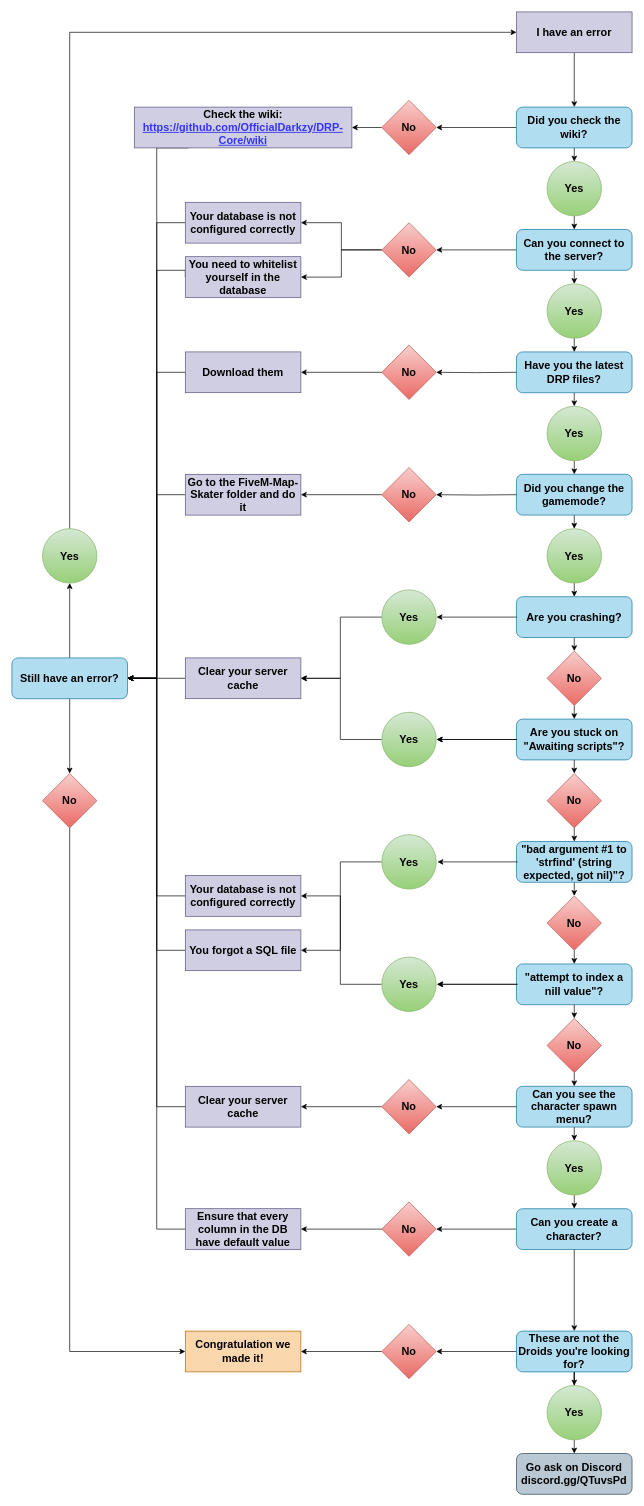
Above: wiki/Error Diagram.drawio in OfficialDarkzy/DRP-Core (draw.io), before the change. Source tidied: cells renumbered, new cells numbered last; positions are measured from the earlier drawing's top-left corner, leaving out a move shared by most shapes. Both pictures are drawn from the tidied source at 68%, with x=0, y=0 at pixel (12, 12).
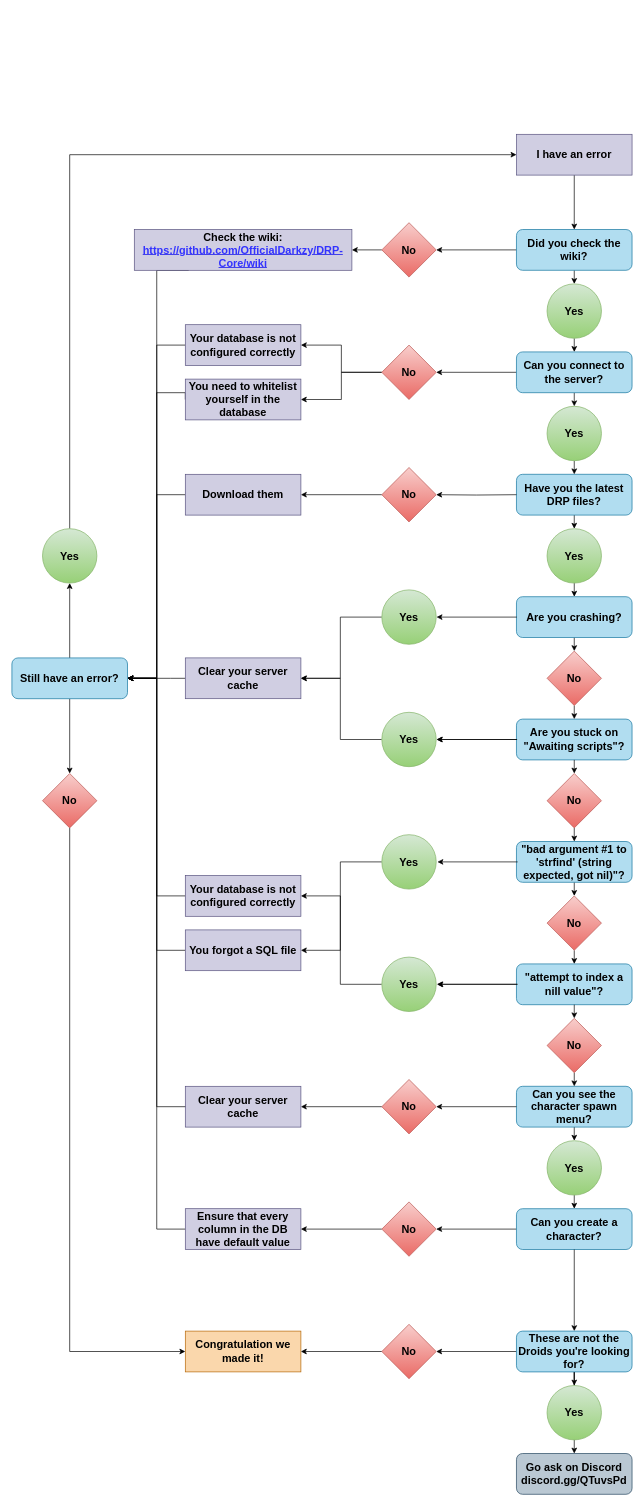
After the change.

Commit message (it also covers changes not shown here):
Updated Error Diagram

Deleted the GameMode Error

The change refers to these unchanged cells:
```xml
<mxCell id="56" value="Still have an error?" style="rounded=1;whiteSpace=wrap;html=1;fontFamily=Arial;fontSize=16;fontStyle=1;shadow=0;comic=0;glass=0;fillColor=#b1ddf0;strokeColor=#10739e;" parent="1" vertex="1">
  <mxGeometry y="950" width="170" height="60" as="geometry" />
</mxCell>
<mxCell id="88" value="Are you crashing?" style="rounded=1;whiteSpace=wrap;html=1;fontFamily=Arial;fontSize=16;fontStyle=1;shadow=0;comic=0;glass=0;fillColor=#b1ddf0;strokeColor=#10739e;" parent="1" vertex="1">
  <mxGeometry x="742" y="860" width="170" height="60" as="geometry" />
</mxCell>
<mxCell id="104" value="Clear your server cache" style="rounded=0;whiteSpace=wrap;html=1;fontFamily=Arial;fontSize=16;fontStyle=1;fillColor=#d0cee2;strokeColor=#56517e;" parent="1" vertex="1">
  <mxGeometry x="255" y="950" width="170" height="60" as="geometry" />
</mxCell>
```

Change to the diagram source:
```diff
@@
     <mxCell id="40" value="I have an error" style="rounded=0;whiteSpace=wrap;html=1;fontFamily=Arial;fontSize=16;fontStyle=1;fillColor=#d0cee2;strokeColor=#56517e;" parent="1" vertex="1">
-      <mxGeometry x="742" width="170" height="60" as="geometry" />
+      <mxGeometry x="742" y="180" width="170" height="60" as="geometry" />
     </mxCell>
@@
     <mxCell id="43" value="Did you check the wiki?" style="rounded=1;whiteSpace=wrap;html=1;fontFamily=Arial;fontSize=16;fontStyle=1;shadow=0;comic=0;glass=0;fillColor=#b1ddf0;strokeColor=#10739e;" parent="1" vertex="1">
-      <mxGeometry x="742" y="140" width="170" height="60" as="geometry" />
+      <mxGeometry x="742" y="320" width="170" height="60" as="geometry" />
     </mxCell>
@@
     <mxCell id="46" value="Can you connect to the server?" style="rounded=1;whiteSpace=wrap;html=1;fontFamily=Arial;fontSize=16;fontStyle=1;shadow=0;comic=0;glass=0;fillColor=#b1ddf0;strokeColor=#10739e;" parent="1" vertex="1">
-      <mxGeometry x="742" y="320" width="170" height="60" as="geometry" />
+      <mxGeometry x="742" y="500" width="170" height="60" as="geometry" />
     </mxCell>
@@
     <mxCell id="48" value="No" style="rhombus;whiteSpace=wrap;html=1;fontFamily=Arial;fontSize=16;fontStyle=1;fillColor=#f8cecc;strokeColor=#b85450;gradientColor=#ea6b66;" parent="1" vertex="1">
-      <mxGeometry x="544" y="130" width="80" height="80" as="geometry" />
+      <mxGeometry x="544" y="310" width="80" height="80" as="geometry" />
     </mxCell>
     <mxCell id="49" style="edgeStyle=orthogonalEdgeStyle;rounded=0;jettySize=auto;html=1;exitX=0.5;exitY=1;exitDx=0;exitDy=0;entryX=0.5;entryY=0;entryDx=0;entryDy=0;startArrow=none;startFill=0;fontFamily=Arial;fontSize=16;" parent="1" edge="1" target="46">
       <mxGeometry relative="1" as="geometry">
-        <mxPoint x="827" y="320" as="sourcePoint" />
+        <mxPoint x="827" y="500" as="sourcePoint" />
       </mxGeometry>
     </mxCell>
@@
     <mxCell id="51" value="Yes" style="ellipse;whiteSpace=wrap;html=1;rounded=1;shadow=0;glass=0;comic=0;fontFamily=Arial;fontSize=16;fontStyle=1;gradientColor=#97d077;fillColor=#d5e8d4;strokeColor=#82b366;" parent="1" vertex="1">
-      <mxGeometry x="787" y="220" width="80" height="80" as="geometry" />
+      <mxGeometry x="787" y="400" width="80" height="80" as="geometry" />
     </mxCell>
     <mxCell id="52" style="edgeStyle=orthogonalEdgeStyle;rounded=0;jettySize=auto;html=1;exitX=0.25;exitY=1;exitDx=0;exitDy=0;entryX=1;entryY=0.5;entryDx=0;entryDy=0;startArrow=none;startFill=0;fontFamily=Arial;fontSize=16;" parent="1" edge="1" source="53" target="56">
       <mxGeometry relative="1" as="geometry">
         <Array as="points">
-          <mxPoint x="213" y="200" />
+          <mxPoint x="213" y="380" />
           <mxPoint x="213" y="980" />
         </Array>
       </mxGeometry>
     </mxCell>
     <mxCell id="53" value="Check the wiki:&lt;br&gt;&lt;a href=&quot;https://github.com/OfficialDarkzy/DRP-Core/wiki&quot;&gt;&lt;font color=&quot;#3333ff&quot;&gt;https://github.com/OfficialDarkzy/DRP-Core/wiki&lt;/font&gt;&lt;/a&gt;" style="rounded=0;whiteSpace=wrap;html=1;fontFamily=Arial;fontSize=16;fontStyle=1;shadow=0;comic=0;glass=0;fillColor=#d0cee2;strokeColor=#56517e;" parent="1" vertex="1">
-      <mxGeometry x="180" y="140" width="320" height="60" as="geometry" />
+      <mxGeometry x="180" y="320" width="320" height="60" as="geometry" />
     </mxCell>
@@
     <mxCell id="63" value="No" style="rhombus;whiteSpace=wrap;html=1;fontFamily=Arial;fontSize=16;fontStyle=1;fillColor=#f8cecc;strokeColor=#b85450;gradientColor=#ea6b66;" parent="1" vertex="1">
-      <mxGeometry x="544" y="310" width="80" height="80" as="geometry" />
+      <mxGeometry x="544" y="490" width="80" height="80" as="geometry" />
     </mxCell>
     <mxCell id="64" style="edgeStyle=orthogonalEdgeStyle;rounded=0;jettySize=auto;html=1;exitX=0;exitY=0.5;exitDx=0;exitDy=0;entryX=1;entryY=0.5;entryDx=0;entryDy=0;startArrow=none;startFill=0;fontFamily=Arial;fontSize=16;" parent="1" edge="1" source="65" target="56">
       <mxGeometry relative="1" as="geometry">
         <Array as="points">
-          <mxPoint x="213" y="310" />
+          <mxPoint x="213" y="490" />
           <mxPoint x="213" y="980" />
         </Array>
       </mxGeometry>
     </mxCell>
     <mxCell id="65" value="Your database is not configured correctly" style="rounded=0;whiteSpace=wrap;html=1;fontFamily=Arial;fontSize=16;fontStyle=1;fillColor=#d0cee2;strokeColor=#56517e;" parent="1" vertex="1">
-      <mxGeometry x="255" y="280" width="170" height="60" as="geometry" />
+      <mxGeometry x="255" y="460" width="170" height="60" as="geometry" />
     </mxCell>
@@
     <mxCell id="67" value="Have you the latest DRP files?" style="rounded=1;whiteSpace=wrap;html=1;fontFamily=Arial;fontSize=16;fontStyle=1;shadow=0;comic=0;glass=0;fillColor=#b1ddf0;strokeColor=#10739e;" parent="1" vertex="1">
-      <mxGeometry x="742" y="500" width="170" height="60" as="geometry" />
+      <mxGeometry x="742" y="680" width="170" height="60" as="geometry" />
     </mxCell>
     <mxCell id="68" style="edgeStyle=orthogonalEdgeStyle;rounded=0;jettySize=auto;html=1;exitX=0.5;exitY=1;exitDx=0;exitDy=0;entryX=0.5;entryY=0;entryDx=0;entryDy=0;startArrow=none;startFill=0;fontFamily=Arial;fontSize=16;" parent="1" edge="1" target="67">
       <mxGeometry relative="1" as="geometry">
-        <mxPoint x="827" y="500" as="sourcePoint" />
+        <mxPoint x="827" y="680" as="sourcePoint" />
       </mxGeometry>
     </mxCell>
@@
     <mxCell id="70" value="Yes" style="ellipse;whiteSpace=wrap;html=1;rounded=1;shadow=0;glass=0;comic=0;fontFamily=Arial;fontSize=16;fontStyle=1;gradientColor=#97d077;fillColor=#d5e8d4;strokeColor=#82b366;" parent="1" vertex="1">
-      <mxGeometry x="787" y="400" width="80" height="80" as="geometry" />
+      <mxGeometry x="787" y="580" width="80" height="80" as="geometry" />
     </mxCell>
     <mxCell id="71" style="edgeStyle=orthogonalEdgeStyle;rounded=0;jettySize=auto;html=1;startArrow=none;startFill=0;fontFamily=Arial;fontSize=16;" parent="1" edge="1" target="74">
       <mxGeometry relative="1" as="geometry">
-        <mxPoint x="742" y="530" as="sourcePoint" />
+        <mxPoint x="742" y="710" as="sourcePoint" />
       </mxGeometry>
     </mxCell>
     <mxCell id="72" style="edgeStyle=orthogonalEdgeStyle;rounded=0;orthogonalLoop=1;jettySize=auto;html=1;exitX=0.5;exitY=1;exitDx=0;exitDy=0;entryX=0.5;entryY=0;entryDx=0;entryDy=0;startArrow=none;startFill=0;fontFamily=Arial;fontSize=16;" parent="1" edge="1">
       <mxGeometry relative="1" as="geometry">
-        <mxPoint x="827" y="500" as="sourcePoint" />
-        <mxPoint x="827" y="500" as="targetPoint" />
+        <mxPoint x="827" y="680" as="sourcePoint" />
+        <mxPoint x="827" y="680" as="targetPoint" />
       </mxGeometry>
     </mxCell>
@@
     <mxCell id="74" value="No" style="rhombus;whiteSpace=wrap;html=1;fontFamily=Arial;fontSize=16;fontStyle=1;fillColor=#f8cecc;strokeColor=#b85450;gradientColor=#ea6b66;" parent="1" vertex="1">
-      <mxGeometry x="544" y="490" width="80" height="80" as="geometry" />
+      <mxGeometry x="544" y="670" width="80" height="80" as="geometry" />
     </mxCell>
-    <mxCell id="75" style="edgeStyle=orthogonalEdgeStyle;rounded=0;jettySize=auto;html=1;exitX=0.5;exitY=1;exitDx=0;exitDy=0;entryX=0.5;entryY=0;entryDx=0;entryDy=0;startArrow=none;startFill=0;fontFamily=Arial;fontSize=16;" parent="1" edge="1" source="76" target="91">
-      <mxGeometry relative="1" as="geometry" />
-    </mxCell>
-    <mxCell id="76" value="Did you change the gamemode?" style="rounded=1;whiteSpace=wrap;html=1;fontFamily=Arial;fontSize=16;fontStyle=1;shadow=0;comic=0;glass=0;fillColor=#b1ddf0;strokeColor=#10739e;" parent="1" vertex="1">
-      <mxGeometry x="742" y="680" width="170" height="60" as="geometry" />
-    </mxCell>
-    <mxCell id="77" style="edgeStyle=orthogonalEdgeStyle;rounded=0;jettySize=auto;html=1;exitX=0.5;exitY=1;exitDx=0;exitDy=0;entryX=0.5;entryY=0;entryDx=0;entryDy=0;startArrow=none;startFill=0;fontFamily=Arial;fontSize=16;" parent="1" edge="1" target="76">
-      <mxGeometry relative="1" as="geometry">
-        <mxPoint x="827" y="680" as="sourcePoint" />
-      </mxGeometry>
-    </mxCell>
-    <mxCell id="78" style="edgeStyle=orthogonalEdgeStyle;rounded=0;jettySize=auto;html=1;exitX=0.5;exitY=1;exitDx=0;exitDy=0;entryX=0.5;entryY=0;entryDx=0;entryDy=0;startArrow=none;startFill=0;fontFamily=Arial;fontSize=16;" parent="1" edge="1" source="79" target="76">
+    <mxCell id="78" style="edgeStyle=orthogonalEdgeStyle;rounded=0;jettySize=auto;html=1;exitX=0.5;exitY=1;exitDx=0;exitDy=0;entryX=0.5;entryY=0;entryDx=0;entryDy=0;startArrow=none;startFill=0;fontFamily=Arial;fontSize=16;" parent="1" edge="1" source="79" target="88">
       <mxGeometry relative="1" as="geometry" />
     </mxCell>
     <mxCell id="79" value="Yes" style="ellipse;whiteSpace=wrap;html=1;rounded=1;shadow=0;glass=0;comic=0;fontFamily=Arial;fontSize=16;fontStyle=1;gradientColor=#97d077;fillColor=#d5e8d4;strokeColor=#82b366;" parent="1" vertex="1">
-      <mxGeometry x="787" y="580" width="80" height="80" as="geometry" />
+      <mxGeometry x="787" y="760" width="80" height="80" as="geometry" />
     </mxCell>
     <mxCell id="80" style="edgeStyle=orthogonalEdgeStyle;rounded=0;jettySize=auto;html=1;exitX=0;exitY=0.5;exitDx=0;exitDy=0;entryX=1;entryY=0.5;entryDx=0;entryDy=0;startArrow=none;startFill=0;fontFamily=Arial;fontSize=16;" parent="1" edge="1" source="81" target="56">
       <mxGeometry relative="1" as="geometry">
         <Array as="points">
-          <mxPoint x="213" y="530" />
+          <mxPoint x="213" y="710" />
           <mxPoint x="213" y="980" />
         </Array>
       </mxGeometry>
     </mxCell>
     <mxCell id="81" value="Download them" style="rounded=0;whiteSpace=wrap;html=1;fontFamily=Arial;fontSize=16;fontStyle=1;fillColor=#d0cee2;strokeColor=#56517e;" parent="1" vertex="1">
-      <mxGeometry x="255" y="500" width="170" height="60" as="geometry" />
+      <mxGeometry x="255" y="680" width="170" height="60" as="geometry" />
     </mxCell>
-    <mxCell id="82" style="edgeStyle=orthogonalEdgeStyle;rounded=0;orthogonalLoop=1;jettySize=auto;html=1;exitX=0.5;exitY=1;exitDx=0;exitDy=0;entryX=0.5;entryY=0;entryDx=0;entryDy=0;startArrow=none;startFill=0;fontFamily=Arial;fontSize=16;" parent="1" edge="1">
-      <mxGeometry relative="1" as="geometry">
-        <mxPoint x="827" y="680" as="sourcePoint" />
-        <mxPoint x="827" y="680" as="targetPoint" />
-      </mxGeometry>
-    </mxCell>
-    <mxCell id="83" style="edgeStyle=orthogonalEdgeStyle;rounded=0;jettySize=auto;html=1;startArrow=none;startFill=0;fontFamily=Arial;fontSize=16;" parent="1" edge="1" target="86">
-      <mxGeometry relative="1" as="geometry">
-        <mxPoint x="742" y="710" as="sourcePoint" />
-      </mxGeometry>
-    </mxCell>
-    <mxCell id="84" style="edgeStyle=orthogonalEdgeStyle;rounded=0;orthogonalLoop=1;jettySize=auto;html=1;exitX=0.5;exitY=1;exitDx=0;exitDy=0;entryX=0.5;entryY=0;entryDx=0;entryDy=0;startArrow=none;startFill=0;fontFamily=Arial;fontSize=16;" parent="1" edge="1">
-      <mxGeometry relative="1" as="geometry">
-        <mxPoint x="827" y="680" as="sourcePoint" />
-        <mxPoint x="827" y="680" as="targetPoint" />
-      </mxGeometry>
-    </mxCell>
-    <mxCell id="85" style="edgeStyle=orthogonalEdgeStyle;rounded=0;jettySize=auto;html=1;exitX=0;exitY=0.5;exitDx=0;exitDy=0;entryX=1;entryY=0.5;entryDx=0;entryDy=0;startArrow=none;startFill=0;fontFamily=Arial;fontSize=16;" parent="1" edge="1" source="86" target="93">
-      <mxGeometry relative="1" as="geometry" />
-    </mxCell>
-    <mxCell id="86" value="No" style="rhombus;whiteSpace=wrap;html=1;fontFamily=Arial;fontSize=16;fontStyle=1;fillColor=#f8cecc;strokeColor=#b85450;gradientColor=#ea6b66;" parent="1" vertex="1">
-      <mxGeometry x="544" y="670" width="80" height="80" as="geometry" />
-    </mxCell>
@@
-    <mxCell id="90" style="edgeStyle=orthogonalEdgeStyle;rounded=0;jettySize=auto;html=1;exitX=0.5;exitY=1;exitDx=0;exitDy=0;entryX=0.5;entryY=0;entryDx=0;entryDy=0;startArrow=none;startFill=0;fontFamily=Arial;fontSize=16;" parent="1" edge="1" source="91" target="88">
-      <mxGeometry relative="1" as="geometry" />
-    </mxCell>
-    <mxCell id="91" value="Yes" style="ellipse;whiteSpace=wrap;html=1;rounded=1;shadow=0;glass=0;comic=0;fontFamily=Arial;fontSize=16;fontStyle=1;gradientColor=#97d077;fillColor=#d5e8d4;strokeColor=#82b366;" parent="1" vertex="1">
-      <mxGeometry x="787" y="760" width="80" height="80" as="geometry" />
-    </mxCell>
-    <mxCell id="92" style="edgeStyle=orthogonalEdgeStyle;rounded=0;jettySize=auto;html=1;exitX=0;exitY=0.5;exitDx=0;exitDy=0;entryX=1;entryY=0.5;entryDx=0;entryDy=0;startArrow=none;startFill=0;fontFamily=Arial;fontSize=16;" parent="1" edge="1" source="93" target="56">
-      <mxGeometry relative="1" as="geometry">
-        <Array as="points">
-          <mxPoint x="213" y="710" />
-          <mxPoint x="213" y="980" />
-        </Array>
-      </mxGeometry>
-    </mxCell>
-    <mxCell id="93" value="Go to the FiveM-Map-Skater folder and do it" style="rounded=0;whiteSpace=wrap;html=1;fontFamily=Arial;fontSize=16;fontStyle=1;fillColor=#d0cee2;strokeColor=#56517e;" parent="1" vertex="1">
-      <mxGeometry x="255" y="680" width="170" height="60" as="geometry" />
-    </mxCell>
     <mxCell id="94" style="edgeStyle=orthogonalEdgeStyle;rounded=0;jettySize=auto;html=1;exitX=0;exitY=0.5;exitDx=0;exitDy=0;entryX=1;entryY=0.5;entryDx=0;entryDy=0;startArrow=none;startFill=0;fontFamily=Arial;fontSize=16;" parent="1" edge="1" source="95" target="56">
       <mxGeometry relative="1" as="geometry">
         <Array as="points">
-          <mxPoint x="255" y="380" />
-          <mxPoint x="213" y="380" />
+          <mxPoint x="255" y="560" />
+          <mxPoint x="213" y="560" />
           <mxPoint x="213" y="980" />
         </Array>
       </mxGeometry>
     </mxCell>
     <mxCell id="95" value="You need to whitelist yourself in the database" style="rounded=0;whiteSpace=wrap;html=1;fontFamily=Arial;fontSize=16;fontStyle=1;fillColor=#d0cee2;strokeColor=#56517e;" parent="1" vertex="1">
-      <mxGeometry x="255" y="360" width="170" height="60" as="geometry" />
+      <mxGeometry x="255" y="540" width="170" height="60" as="geometry" />
     </mxCell>
@@
     <mxCell id="103" style="edgeStyle=orthogonalEdgeStyle;rounded=0;jettySize=auto;html=1;exitX=0;exitY=0.5;exitDx=0;exitDy=0;entryX=1;entryY=0.5;entryDx=0;entryDy=0;startArrow=none;startFill=0;fontFamily=Arial;fontSize=16;" parent="1" edge="1" source="104" target="56">
       <mxGeometry relative="1" as="geometry">
         <Array as="points">
-          <mxPoint x="193" y="980" />
-          <mxPoint x="193" y="980" />
+          <mxPoint x="233" y="980" />
+          <mxPoint x="233" y="980" />
         </Array>
       </mxGeometry>
     </mxCell>
```
